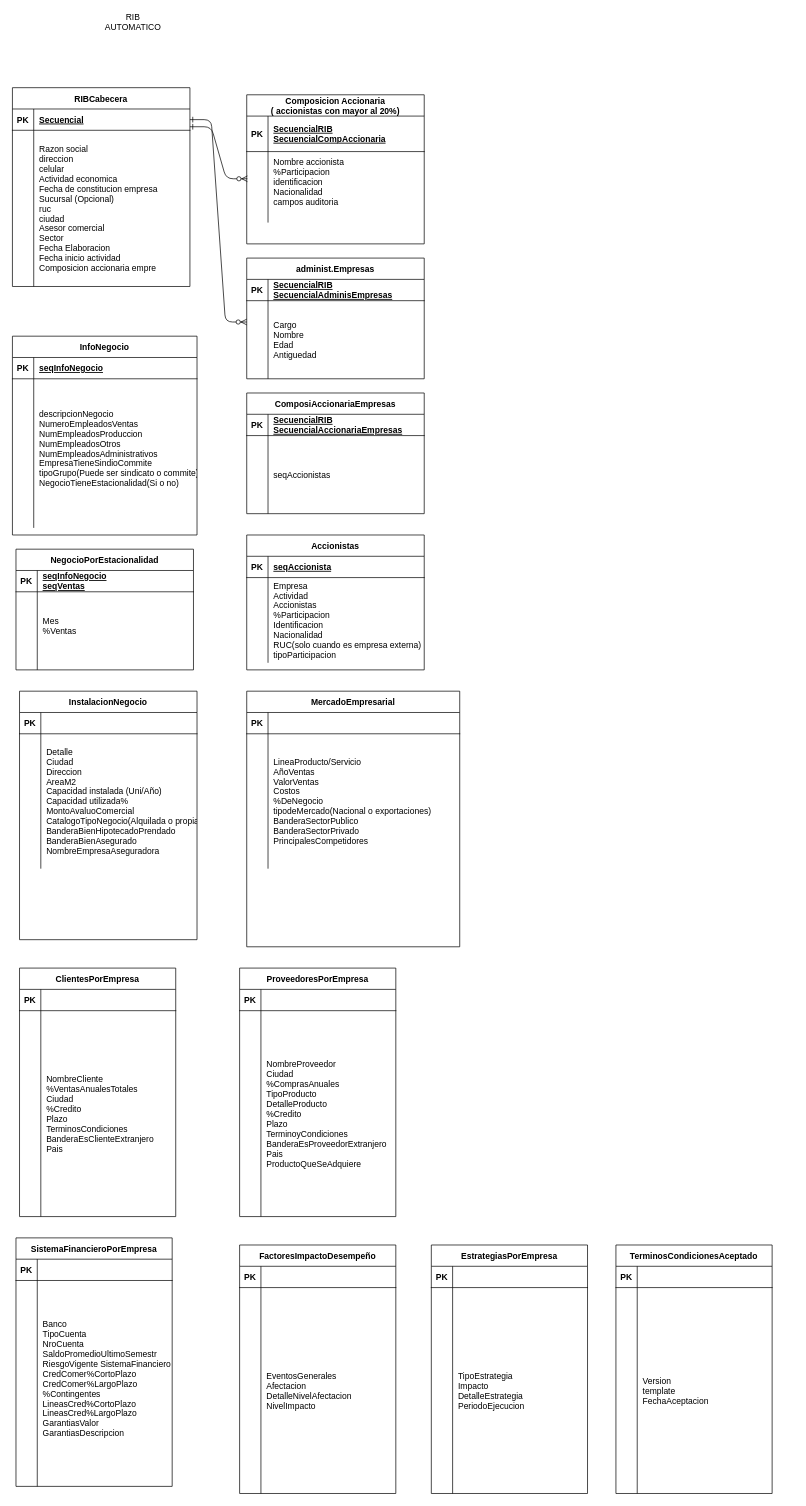
This is RIB_BDD.drawio from GonzaloDavid/diagramas, a draw.io file, before an edit. Source tidied: cells renumbered, new cells numbered last; positions are measured from the earlier drawing's top-left corner, leaving out a move shared by most shapes. Both pictures are drawn from the tidied source at 71%, with x=0, y=0 at pixel (12, 16).
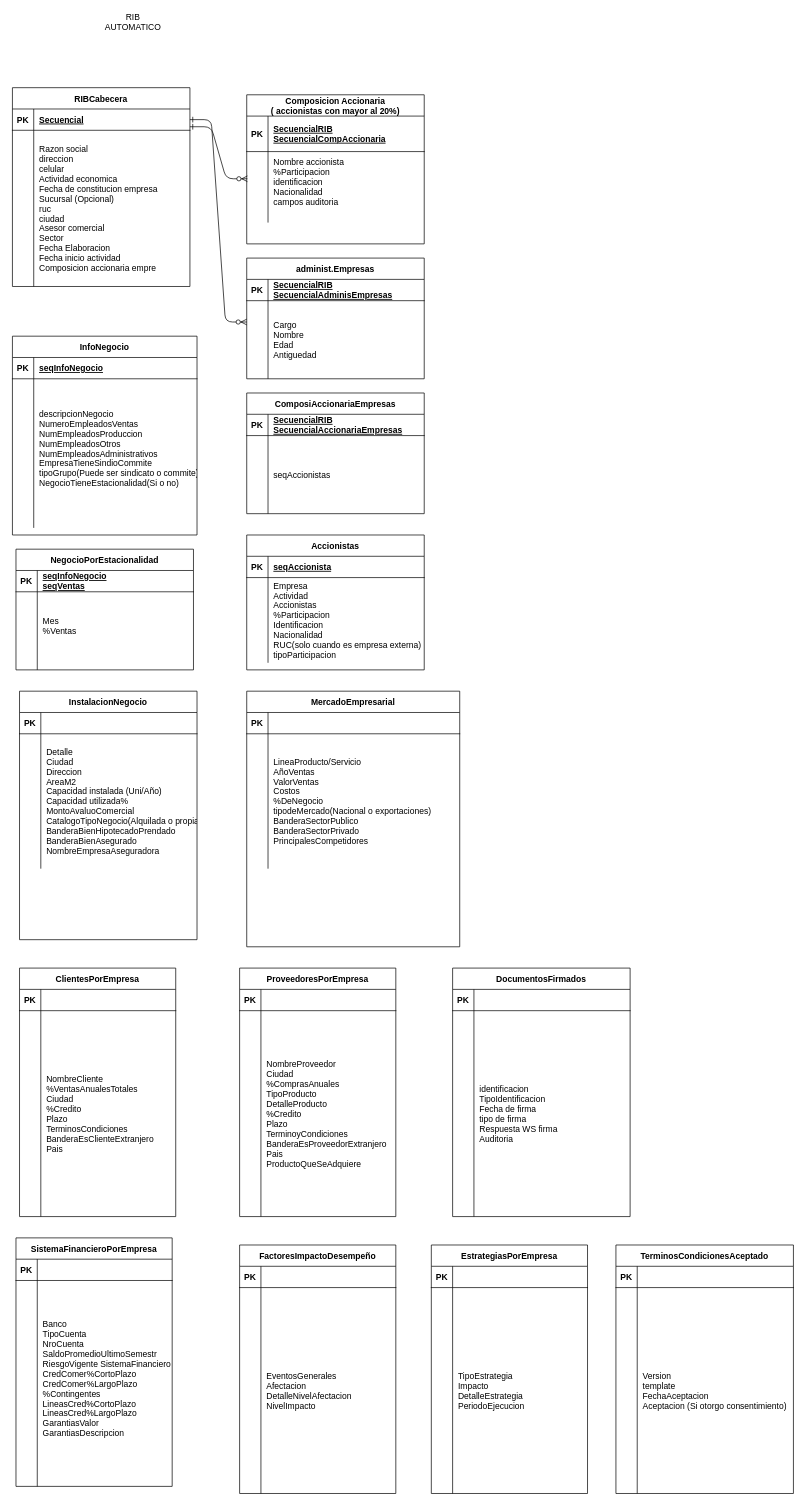
The same page after the edit.

What changed in the source:
```diff
@@
     <mxCell id="102" value="TerminosCondicionesAceptado" style="shape=table;startSize=30;childLayout=tableLayout;rowLines=0;fontStyle=1;align=center;" parent="1" vertex="1">
-      <mxGeometry x="850" y="1730" width="220" height="350" as="geometry" />
+      <mxGeometry x="850" y="1730" width="250" height="350" as="geometry" />
     </mxCell>
     <mxCell id="103" style="shape=partialRectangle;fillColor=none;top=0;left=0;right=0;bottom=1;" parent="102" vertex="1">
-      <mxGeometry y="30" width="220" height="30" as="geometry" />
+      <mxGeometry y="30" width="250" height="30" as="geometry" />
     </mxCell>
@@
     <mxCell id="105" style="shape=partialRectangle;overflow=hidden;fillColor=none;top=0;left=0;bottom=0;right=0;align=left;spacingLeft=6;fontStyle=5;" parent="103" vertex="1">
-      <mxGeometry x="30" width="190" height="30" as="geometry" />
+      <mxGeometry x="30" width="220" height="30" as="geometry" />
     </mxCell>
     <mxCell id="106" style="shape=partialRectangle;fillColor=none;top=0;left=0;right=0;bottom=0;" parent="102" vertex="1">
-      <mxGeometry y="60" width="220" height="290" as="geometry" />
+      <mxGeometry y="60" width="250" height="290" as="geometry" />
     </mxCell>
@@
-    <mxCell id="108" value="Version&#10;template&#10;FechaAceptacion" style="shape=partialRectangle;overflow=hidden;fillColor=none;top=0;left=0;bottom=0;right=0;align=left;spacingLeft=6;" parent="106" vertex="1">
-      <mxGeometry x="30" width="190" height="290" as="geometry" />
+    <mxCell id="108" value="Version&#10;template&#10;FechaAceptacion&#10;Aceptacion (Si otorgo consentimiento)" style="shape=partialRectangle;overflow=hidden;fillColor=none;top=0;left=0;bottom=0;right=0;align=left;spacingLeft=6;" parent="106" vertex="1">
+      <mxGeometry x="30" width="220" height="290" as="geometry" />
     </mxCell>
@@
+    <mxCell id="110" value="DocumentosFirmados" style="shape=table;startSize=30;childLayout=tableLayout;rowLines=0;fontStyle=1;align=center;" parent="1" vertex="1">
+      <mxGeometry x="620" y="1340" width="250" height="350" as="geometry" />
+    </mxCell>
+    <mxCell id="111" style="shape=partialRectangle;fillColor=none;top=0;left=0;right=0;bottom=1;" parent="110" vertex="1">
+      <mxGeometry y="30" width="250" height="30" as="geometry" />
+    </mxCell>
+    <mxCell id="112" value="PK" style="shape=partialRectangle;overflow=hidden;fillColor=none;top=0;left=0;bottom=0;right=0;fontStyle=1;" parent="111" vertex="1">
+      <mxGeometry width="30" height="30" as="geometry" />
+    </mxCell>
+    <mxCell id="113" style="shape=partialRectangle;overflow=hidden;fillColor=none;top=0;left=0;bottom=0;right=0;align=left;spacingLeft=6;fontStyle=5;" parent="111" vertex="1">
+      <mxGeometry x="30" width="220" height="30" as="geometry" />
+    </mxCell>
+    <mxCell id="114" style="shape=partialRectangle;fillColor=none;top=0;left=0;right=0;bottom=0;" parent="110" vertex="1">
+      <mxGeometry y="60" width="250" height="290" as="geometry" />
+    </mxCell>
+    <mxCell id="115" style="shape=partialRectangle;overflow=hidden;fillColor=none;top=0;left=0;bottom=0;right=0;" parent="114" vertex="1">
+      <mxGeometry width="30" height="290" as="geometry" />
+    </mxCell>
+    <mxCell id="116" value="identificacion&#10;TipoIdentificacion&#10;Fecha de firma&#10;tipo de firma&#10;Respuesta WS firma&#10;Auditoria" style="shape=partialRectangle;overflow=hidden;fillColor=none;top=0;left=0;bottom=0;right=0;align=left;spacingLeft=6;" parent="114" vertex="1">
+      <mxGeometry x="30" width="220" height="290" as="geometry" />
+    </mxCell>
```
